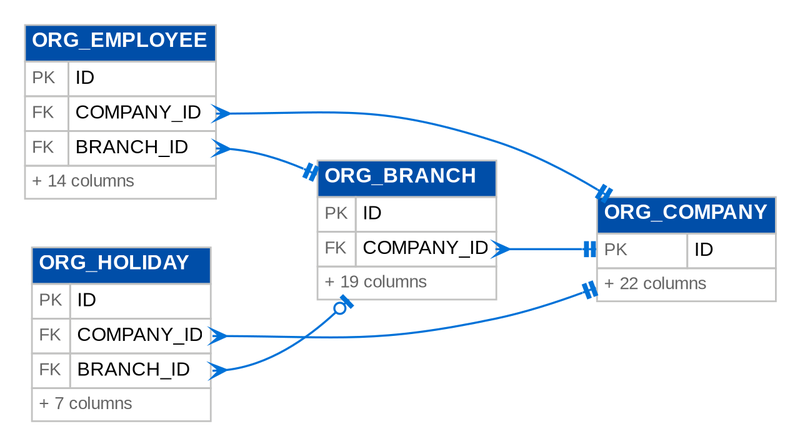
This is docs/deliverables/src/programme/security_data/figures/erd/d03_organization.png from IortaTexhNXT-DEV/FinVerse, a Graphviz export, as it was before one commit. Its source is kept beside it as docs/deliverables/src/programme/security_data/figures/erd/d03_organization.dot. The source it was exported from:
```dot
digraph erd {
  graph [rankdir=LR, fontname="Arial", nodesep=0.3, ranksep=0.8, pad=0.2, bgcolor="white"];
  node [shape=plain, fontname="Arial"];
  edge [color="@CTA_BLUE", arrowsize=0.8, penwidth=1.2, dir=both];
  "org_branch" [label=<<table border="0" cellborder="1" cellspacing="0" cellpadding="3" color="@BORDER"><tr><td bgcolor="@HEADER_BLUE" align="left" colspan="2"><font color="@WHITE" point-size="12"><b>ORG_BRANCH</b></font></td></tr><tr><td align="left"><font point-size="10" color="@MUTED">PK</font></td><td align="left" port="id"><font point-size="11">ID</font></td></tr><tr><td align="left"><font point-size="10" color="@MUTED">FK</font></td><td align="left" port="company_id"><font point-size="11">COMPANY_ID</font></td></tr><tr><td colspan="2" align="left"><font point-size="10" color="@MUTED">+ 19 columns</font></td></tr></table>>];
  "org_company" [label=<<table border="0" cellborder="1" cellspacing="0" cellpadding="3" color="@BORDER"><tr><td bgcolor="@HEADER_BLUE" align="left" colspan="2"><font color="@WHITE" point-size="12"><b>ORG_COMPANY</b></font></td></tr><tr><td align="left"><font point-size="10" color="@MUTED">PK</font></td><td align="left" port="id"><font point-size="11">ID</font></td></tr><tr><td colspan="2" align="left"><font point-size="10" color="@MUTED">+ 22 columns</font></td></tr></table>>];
  "org_employee" [label=<<table border="0" cellborder="1" cellspacing="0" cellpadding="3" color="@BORDER"><tr><td bgcolor="@HEADER_BLUE" align="left" colspan="2"><font color="@WHITE" point-size="12"><b>ORG_EMPLOYEE</b></font></td></tr><tr><td align="left"><font point-size="10" color="@MUTED">PK</font></td><td align="left" port="id"><font point-size="11">ID</font></td></tr><tr><td align="left"><font point-size="10" color="@MUTED">FK</font></td><td align="left" port="company_id"><font point-size="11">COMPANY_ID</font></td></tr><tr><td align="left"><font point-size="10" color="@MUTED">FK</font></td><td align="left" port="branch_id"><font point-size="11">BRANCH_ID</font></td></tr><tr><td colspan="2" align="left"><font point-size="10" color="@MUTED">+ 14 columns</font></td></tr></table>>];
  "org_holiday" [label=<<table border="0" cellborder="1" cellspacing="0" cellpadding="3" color="@BORDER"><tr><td bgcolor="@HEADER_BLUE" align="left" colspan="2"><font color="@WHITE" point-size="12"><b>ORG_HOLIDAY</b></font></td></tr><tr><td align="left"><font point-size="10" color="@MUTED">PK</font></td><td align="left" port="id"><font point-size="11">ID</font></td></tr><tr><td align="left"><font point-size="10" color="@MUTED">FK</font></td><td align="left" port="company_id"><font point-size="11">COMPANY_ID</font></td></tr><tr><td align="left"><font point-size="10" color="@MUTED">FK</font></td><td align="left" port="branch_id"><font point-size="11">BRANCH_ID</font></td></tr><tr><td colspan="2" align="left"><font point-size="10" color="@MUTED">+ 7 columns</font></td></tr></table>>];
  "org_branch":"company_id" -> "org_company" [arrowtail=crow, arrowhead=teetee];
  "org_employee":"branch_id" -> "org_branch" [arrowtail=crow, arrowhead=teetee];
  "org_employee":"company_id" -> "org_company" [arrowtail=crow, arrowhead=teetee];
  "org_holiday":"branch_id" -> "org_branch" [arrowtail=crow, arrowhead=teeodot];
  "org_holiday":"company_id" -> "org_company" [arrowtail=crow, arrowhead=teetee];
}
```
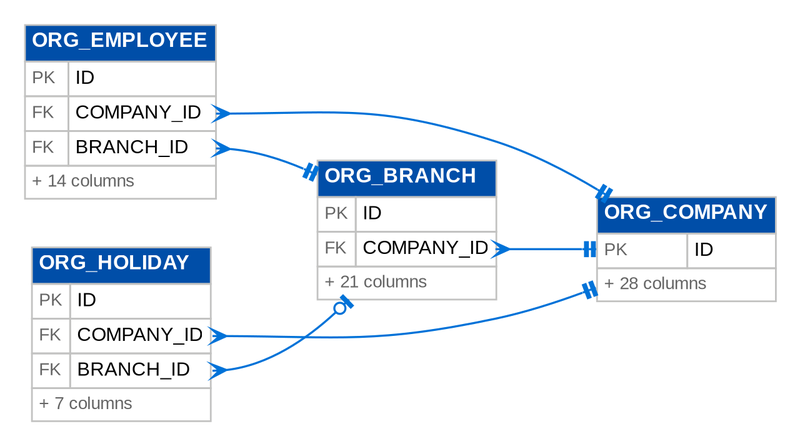
The same file after the commit.

What changed in the source:
```diff
@@ -2,8 +2,8 @@
   graph [rankdir=LR, fontname="Arial", nodesep=0.3, ranksep=0.8, pad=0.2, bgcolor="white"];
   node [shape=plain, fontname="Arial"];
   edge [color="@CTA_BLUE", arrowsize=0.8, penwidth=1.2, dir=both];
-  "org_branch" [label=<<table border="0" cellborder="1" cellspacing="0" cellpadding="3" color="@BORDER"><tr><td bgcolor="@HEADER_BLUE" align="left" colspan="2"><font color="@WHITE" point-size="12"><b>ORG_BRANCH</b></font></td></tr><tr><td align="left"><font point-size="10" color="@MUTED">PK</font></td><td align="left" port="id"><font point-size="11">ID</font></td></tr><tr><td align="left"><font point-size="10" color="@MUTED">FK</font></td><td align="left" port="company_id"><font point-size="11">COMPANY_ID</font></td></tr><tr><td colspan="2" align="left"><font point-size="10" color="@MUTED">+ 19 columns</font></td></tr></table>>];
-  "org_company" [label=<<table border="0" cellborder="1" cellspacing="0" cellpadding="3" color="@BORDER"><tr><td bgcolor="@HEADER_BLUE" align="left" colspan="2"><font color="@WHITE" point-size="12"><b>ORG_COMPANY</b></font></td></tr><tr><td align="left"><font point-size="10" color="@MUTED">PK</font></td><td align="left" port="id"><font point-size="11">ID</font></td></tr><tr><td colspan="2" align="left"><font point-size="10" color="@MUTED">+ 22 columns</font></td></tr></table>>];
+  "org_branch" [label=<<table border="0" cellborder="1" cellspacing="0" cellpadding="3" color="@BORDER"><tr><td bgcolor="@HEADER_BLUE" align="left" colspan="2"><font color="@WHITE" point-size="12"><b>ORG_BRANCH</b></font></td></tr><tr><td align="left"><font point-size="10" color="@MUTED">PK</font></td><td align="left" port="id"><font point-size="11">ID</font></td></tr><tr><td align="left"><font point-size="10" color="@MUTED">FK</font></td><td align="left" port="company_id"><font point-size="11">COMPANY_ID</font></td></tr><tr><td colspan="2" align="left"><font point-size="10" color="@MUTED">+ 21 columns</font></td></tr></table>>];
+  "org_company" [label=<<table border="0" cellborder="1" cellspacing="0" cellpadding="3" color="@BORDER"><tr><td bgcolor="@HEADER_BLUE" align="left" colspan="2"><font color="@WHITE" point-size="12"><b>ORG_COMPANY</b></font></td></tr><tr><td align="left"><font point-size="10" color="@MUTED">PK</font></td><td align="left" port="id"><font point-size="11">ID</font></td></tr><tr><td colspan="2" align="left"><font point-size="10" color="@MUTED">+ 28 columns</font></td></tr></table>>];
   "org_employee" [label=<<table border="0" cellborder="1" cellspacing="0" cellpadding="3" color="@BORDER"><tr><td bgcolor="@HEADER_BLUE" align="left" colspan="2"><font color="@WHITE" point-size="12"><b>ORG_EMPLOYEE</b></font></td></tr><tr><td align="left"><font point-size="10" color="@MUTED">PK</font></td><td align="left" port="id"><font point-size="11">ID</font></td></tr><tr><td align="left"><font point-size="10" color="@MUTED">FK</font></td><td align="left" port="company_id"><font point-size="11">COMPANY_ID</font></td></tr><tr><td align="left"><font point-size="10" color="@MUTED">FK</font></td><td align="left" port="branch_id"><font point-size="11">BRANCH_ID</font></td></tr><tr><td colspan="2" align="left"><font point-size="10" color="@MUTED">+ 14 columns</font></td></tr></table>>];
   "org_holiday" [label=<<table border="0" cellborder="1" cellspacing="0" cellpadding="3" color="@BORDER"><tr><td bgcolor="@HEADER_BLUE" align="left" colspan="2"><font color="@WHITE" point-size="12"><b>ORG_HOLIDAY</b></font></td></tr><tr><td align="left"><font point-size="10" color="@MUTED">PK</font></td><td align="left" port="id"><font point-size="11">ID</font></td></tr><tr><td align="left"><font point-size="10" color="@MUTED">FK</font></td><td align="left" port="company_id"><font point-size="11">COMPANY_ID</font></td></tr><tr><td align="left"><font point-size="10" color="@MUTED">FK</font></td><td align="left" port="branch_id"><font point-size="11">BRANCH_ID</font></td></tr><tr><td colspan="2" align="left"><font point-size="10" color="@MUTED">+ 7 columns</font></td></tr></table>>];
   "org_branch":"company_id" -> "org_company" [arrowtail=crow, arrowhead=teetee];
```
